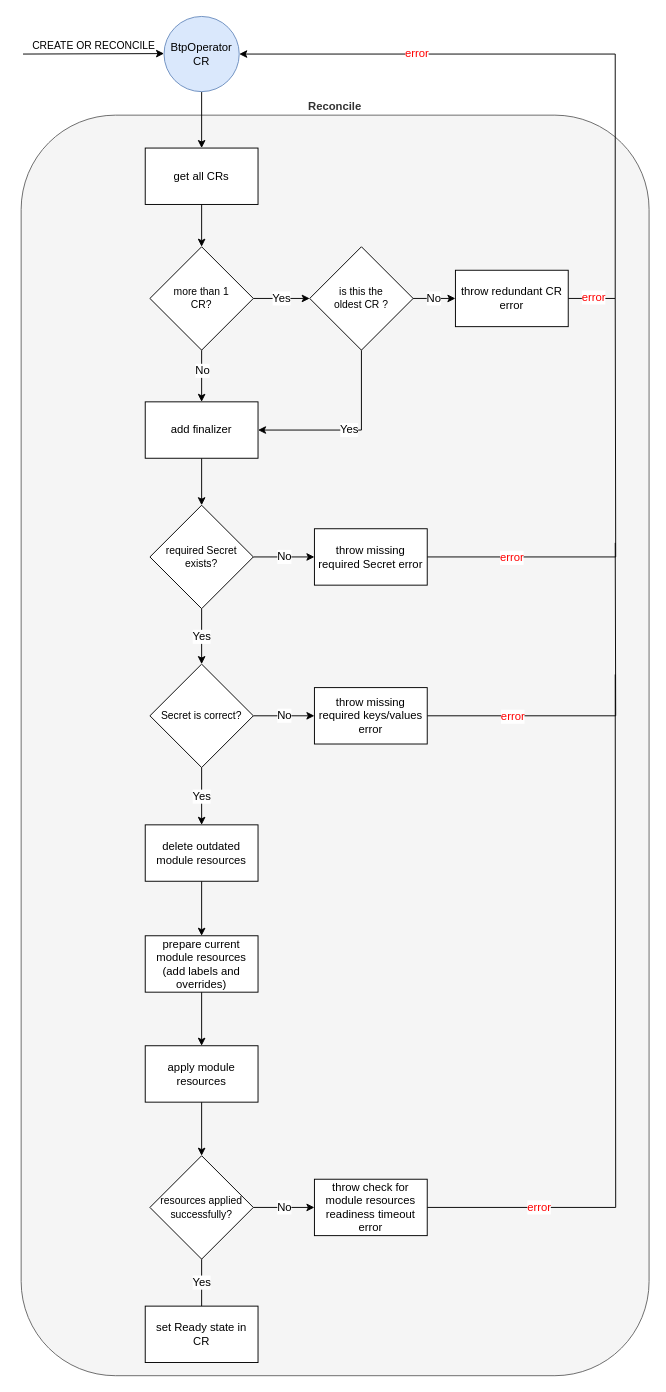
The draw.io diagram docs/assets/activity_provisioning.drawio in kyma-project/btp-manager, before the edit. Source tidied: cells renumbered, new cells numbered last; positions are measured from the earlier drawing's top-left corner, leaving out a move shared by most shapes. Both pictures are drawn from the tidied source at 94%, with x=0, y=0 at pixel (21, 16).
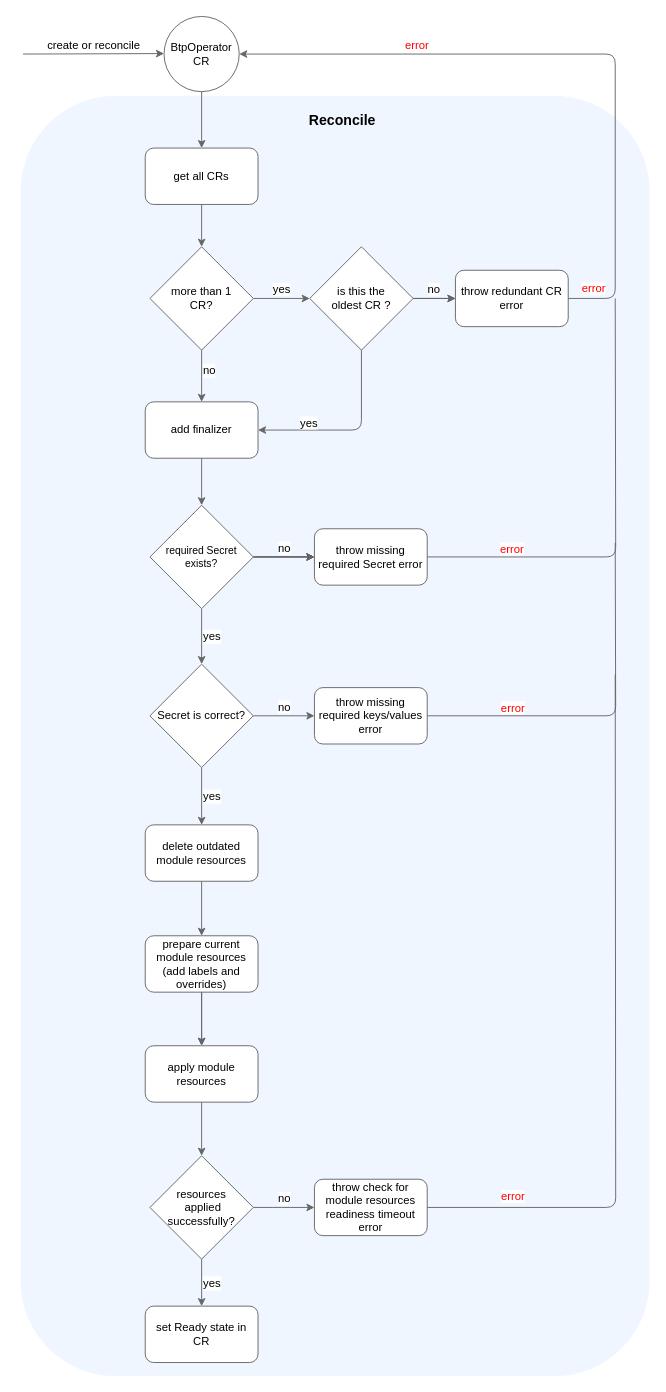
After the change.

Diff of the diagram source:
```diff
@@
-    <mxCell id="2" value="Reconcile" style="rounded=1;whiteSpace=wrap;html=1;fontColor=#333333;fillColor=#f5f5f5;strokeColor=#666666;labelPosition=center;verticalLabelPosition=top;align=center;verticalAlign=bottom;fontStyle=1;" parent="1" vertex="1">
-      <mxGeometry y="105" width="668" height="1341" as="geometry" />
+    <mxCell id="2" style="rounded=1;whiteSpace=wrap;html=1;fontColor=#333333;fillColor=#f0f6ff;strokeColor=#f0f6ff;labelPosition=center;verticalLabelPosition=top;align=center;verticalAlign=bottom;fontStyle=1;fontSize=14;" parent="1" vertex="1">
+      <mxGeometry y="85" width="668" height="1361" as="geometry" />
     </mxCell>
-    <mxCell id="3" style="edgeStyle=orthogonalEdgeStyle;rounded=0;jettySize=auto;html=1;fontSize=12;" parent="1" edge="1" source="4" target="11">
+    <mxCell id="3" style="edgeStyle=orthogonalEdgeStyle;rounded=1;jettySize=auto;html=1;fontSize=12;strokeColor=#666666;" parent="1" edge="1" source="4" target="11">
       <mxGeometry relative="1" as="geometry" />
     </mxCell>
-    <mxCell id="4" value="BtpOperator CR" style="ellipse;whiteSpace=wrap;html=1;align=center;fillColor=#dae8fc;strokeColor=#6c8ebf;" parent="1" vertex="1">
+    <mxCell id="4" value="BtpOperator CR" style="ellipse;whiteSpace=wrap;html=1;align=center;fillColor=#FFFFFF;strokeColor=#666666;" parent="1" vertex="1">
       <mxGeometry x="152" width="80" height="80" as="geometry" />
     </mxCell>
-    <mxCell id="5" value="CREATE OR RECONCILE" style="endArrow=classic;html=1;rounded=0;labelPosition=center;verticalLabelPosition=top;align=center;verticalAlign=bottom;" parent="1" edge="1">
+    <mxCell id="5" value="&lt;font style=&quot;font-size: 12px;&quot;&gt;create or reconcile&lt;/font&gt;" style="endArrow=classic;html=1;rounded=1;labelPosition=center;verticalLabelPosition=top;align=center;verticalAlign=bottom;strokeColor=#666666;" parent="1" edge="1">
       <mxGeometry relative="1" as="geometry">
         <mxPoint x="2" y="40" as="sourcePoint" />
         <mxPoint x="152" y="39.5" as="targetPoint" />
       </mxGeometry>
     </mxCell>
-    <mxCell id="6" style="edgeStyle=orthogonalEdgeStyle;rounded=0;jettySize=auto;html=1;fontSize=12;" parent="1" edge="1" source="9" target="13">
+    <mxCell id="6" style="edgeStyle=orthogonalEdgeStyle;rounded=1;jettySize=auto;html=1;fontSize=12;strokeColor=#666666;" parent="1" edge="1" source="9" target="13">
       <mxGeometry relative="1" as="geometry" />
     </mxCell>
-    <mxCell id="7" value="No" style="edgeLabel;html=1;align=center;verticalAlign=middle;fontSize=12;" parent="6" vertex="1">
+    <mxCell id="7" value="no" style="edgeLabel;html=1;align=left;verticalAlign=middle;fontSize=12;labelPosition=right;verticalLabelPosition=middle;" parent="6" vertex="1">
       <mxGeometry x="-0.25" y="1" relative="1" as="geometry">
         <mxPoint x="-1" as="offset" />
       </mxGeometry>
     </mxCell>
-    <mxCell id="8" value="Yes" style="edgeStyle=orthogonalEdgeStyle;rounded=0;jettySize=auto;html=1;fontSize=12;" parent="1" edge="1" source="9" target="17">
+    <mxCell id="8" value="yes" style="edgeStyle=orthogonalEdgeStyle;rounded=1;jettySize=auto;html=1;fontSize=12;strokeColor=#666666;verticalAlign=bottom;" parent="1" edge="1" source="9" target="17">
       <mxGeometry relative="1" as="geometry" />
     </mxCell>
-    <mxCell id="9" value="more than 1 &lt;br style=&quot;font-size: 11px;&quot;&gt;CR?" style="rhombus;whiteSpace=wrap;html=1;fontSize=11;" parent="1" vertex="1">
+    <mxCell id="9" value="&lt;font style=&quot;font-size: 12px;&quot;&gt;more than 1 &lt;br style=&quot;&quot;&gt;CR?&lt;/font&gt;" style="rhombus;whiteSpace=wrap;html=1;fontSize=11;strokeColor=#666666;" parent="1" vertex="1">
       <mxGeometry x="137" y="245" width="110" height="110" as="geometry" />
     </mxCell>
-    <mxCell id="10" style="edgeStyle=orthogonalEdgeStyle;rounded=0;jettySize=auto;html=1;fontSize=12;" parent="1" edge="1" source="11" target="9">
+    <mxCell id="10" style="edgeStyle=orthogonalEdgeStyle;rounded=1;jettySize=auto;html=1;fontSize=12;strokeColor=#666666;" parent="1" edge="1" source="11" target="9">
       <mxGeometry relative="1" as="geometry" />
     </mxCell>
-    <mxCell id="11" value="get all CRs" style="rounded=0;whiteSpace=wrap;html=1;fontSize=12;" parent="1" vertex="1">
+    <mxCell id="11" value="get all CRs" style="rounded=1;whiteSpace=wrap;html=1;fontSize=12;strokeColor=#666666;" parent="1" vertex="1">
       <mxGeometry x="132" y="140" width="120" height="60" as="geometry" />
     </mxCell>
-    <mxCell id="12" style="edgeStyle=orthogonalEdgeStyle;rounded=0;jettySize=auto;html=1;fontSize=12;fontColor=#FF0000;" parent="1" edge="1" source="13" target="24">
+    <mxCell id="12" style="edgeStyle=orthogonalEdgeStyle;rounded=1;jettySize=auto;html=1;fontSize=12;fontColor=#FF0000;strokeColor=#666666;" parent="1" edge="1" source="13" target="24">
       <mxGeometry relative="1" as="geometry" />
     </mxCell>
-    <mxCell id="13" value="add finalizer" style="whiteSpace=wrap;html=1;" parent="1" vertex="1">
+    <mxCell id="13" value="add finalizer" style="whiteSpace=wrap;html=1;rounded=1;strokeColor=#666666;" parent="1" vertex="1">
       <mxGeometry x="132" y="410" width="120" height="60" as="geometry" />
     </mxCell>
-    <mxCell id="14" value="Yes" style="edgeStyle=orthogonalEdgeStyle;rounded=0;jettySize=auto;html=1;exitX=0.5;exitY=1;exitDx=0;exitDy=0;entryX=1;entryY=0.5;entryDx=0;entryDy=0;fontSize=12;" parent="1" edge="1" source="17" target="13">
-      <mxGeometry relative="1" as="geometry" />
+    <mxCell id="14" value="yes" style="edgeStyle=orthogonalEdgeStyle;rounded=1;jettySize=auto;html=1;exitX=0.5;exitY=1;exitDx=0;exitDy=0;entryX=1;entryY=0.5;entryDx=0;entryDy=0;fontSize=12;strokeColor=#666666;verticalAlign=bottom;" parent="1" edge="1" source="17" target="13">
+      <mxGeometry x="0.45" y="2" relative="1" as="geometry" />
     </mxCell>
-    <mxCell id="15" style="edgeStyle=orthogonalEdgeStyle;rounded=0;jettySize=auto;html=1;fontSize=12;" parent="1" edge="1" source="17" target="21">
+    <mxCell id="15" style="edgeStyle=orthogonalEdgeStyle;rounded=1;jettySize=auto;html=1;fontSize=12;strokeColor=#666666;" parent="1" edge="1" source="17" target="21">
       <mxGeometry relative="1" as="geometry" />
     </mxCell>
-    <mxCell id="16" value="No" style="edgeLabel;html=1;align=center;verticalAlign=middle;fontSize=12;" parent="15" vertex="1">
+    <mxCell id="16" value="no" style="edgeLabel;html=1;align=center;verticalAlign=bottom;fontSize=12;" parent="15" vertex="1">
       <mxGeometry x="-0.07" y="1" relative="1" as="geometry" />
     </mxCell>
-    <mxCell id="17" value="is this the &lt;br style=&quot;font-size: 11px;&quot;&gt;oldest CR ?" style="rhombus;whiteSpace=wrap;html=1;fontSize=11;" parent="1" vertex="1">
+    <mxCell id="17" value="&lt;font style=&quot;font-size: 12px;&quot;&gt;is this the &lt;br style=&quot;&quot;&gt;oldest CR ?&lt;/font&gt;" style="rhombus;whiteSpace=wrap;html=1;fontSize=11;strokeColor=#666666;" parent="1" vertex="1">
       <mxGeometry x="307" y="245" width="110" height="110" as="geometry" />
     </mxCell>
-    <mxCell id="18" style="edgeStyle=orthogonalEdgeStyle;rounded=0;jettySize=auto;html=1;exitX=1;exitY=0.5;exitDx=0;exitDy=0;entryX=1;entryY=0.5;entryDx=0;entryDy=0;fontSize=12;" parent="1" edge="1" source="21" target="4">
+    <mxCell id="18" style="edgeStyle=orthogonalEdgeStyle;rounded=1;jettySize=auto;html=1;exitX=1;exitY=0.5;exitDx=0;exitDy=0;entryX=1;entryY=0.5;entryDx=0;entryDy=0;fontSize=12;strokeColor=#666666;" parent="1" edge="1" source="21" target="4">
       <mxGeometry relative="1" as="geometry">
         <Array as="points">
           <mxPoint x="632" y="300" />
           <mxPoint x="632" y="40" />
         </Array>
       </mxGeometry>
     </mxCell>
-    <mxCell id="19" value="&lt;font color=&quot;#ff0000&quot;&gt;error&lt;/font&gt;" style="edgeLabel;html=1;align=center;verticalAlign=middle;fontSize=12;" parent="18" vertex="1">
+    <mxCell id="19" value="&lt;font color=&quot;#ff0000&quot;&gt;error&lt;/font&gt;" style="edgeLabel;html=1;align=center;verticalAlign=bottom;fontSize=12;" parent="18" vertex="1">
       <mxGeometry x="0.47" y="-1" relative="1" as="geometry" />
     </mxCell>
-    <mxCell id="20" value="&lt;font color=&quot;#ff0000&quot;&gt;error&lt;/font&gt;" style="edgeLabel;html=1;align=center;verticalAlign=middle;fontSize=12;fontColor=#000000;" parent="18" vertex="1">
+    <mxCell id="20" value="&lt;font color=&quot;#ff0000&quot;&gt;error&lt;/font&gt;" style="edgeLabel;html=1;align=center;verticalAlign=bottom;fontSize=12;fontColor=#000000;" parent="18" vertex="1">
       <mxGeometry x="-0.91" y="2" relative="1" as="geometry">
         <mxPoint x="-6" as="offset" />
       </mxGeometry>
     </mxCell>
+    <mxCell id="46" style="edgeStyle=orthogonalEdgeStyle;rounded=1;jettySize=auto;html=1;strokeColor=#666666;" parent="1" edge="1" source="17" target="21">
+      <mxGeometry relative="1" as="geometry" />
+    </mxCell>
-    <mxCell id="21" value="throw redundant CR error" style="whiteSpace=wrap;html=1;" parent="1" vertex="1">
+    <mxCell id="21" value="throw redundant CR error" style="whiteSpace=wrap;html=1;rounded=1;strokeColor=#666666;" parent="1" vertex="1">
       <mxGeometry x="462" y="270" width="120" height="60" as="geometry" />
     </mxCell>
-    <mxCell id="22" value="No" style="edgeStyle=orthogonalEdgeStyle;rounded=0;jettySize=auto;html=1;fontSize=12;fontColor=#000000;endArrow=classic;endFill=1;" parent="1" edge="1" source="24" target="27">
+    <mxCell id="22" value="no" style="edgeStyle=orthogonalEdgeStyle;rounded=0;jettySize=auto;html=1;fontSize=12;fontColor=#000000;endArrow=classic;endFill=1;verticalAlign=bottom;" parent="1" edge="1" source="24" target="27">
       <mxGeometry relative="1" as="geometry" />
     </mxCell>
-    <mxCell id="23" value="Yes" style="edgeStyle=orthogonalEdgeStyle;rounded=0;jettySize=auto;html=1;fontSize=12;fontColor=#000000;endArrow=classic;endFill=1;" parent="1" edge="1" source="24" target="30">
+    <mxCell id="23" value="yes" style="edgeStyle=orthogonalEdgeStyle;rounded=1;jettySize=auto;html=1;fontSize=12;fontColor=#000000;endArrow=classic;endFill=1;strokeColor=#666666;labelPosition=right;verticalLabelPosition=middle;align=left;verticalAlign=middle;" parent="1" edge="1" source="24" target="30">
       <mxGeometry relative="1" as="geometry" />
     </mxCell>
+    <mxCell id="47" style="edgeStyle=orthogonalEdgeStyle;rounded=1;jettySize=auto;html=1;strokeColor=#666666;" parent="1" edge="1" source="24" target="27">
+      <mxGeometry relative="1" as="geometry" />
+    </mxCell>
-    <mxCell id="24" value="required Secret exists?" style="rhombus;whiteSpace=wrap;html=1;fontSize=11;" parent="1" vertex="1">
+    <mxCell id="24" value="required Secret exists?" style="rhombus;whiteSpace=wrap;html=1;fontSize=11;strokeColor=#666666;" parent="1" vertex="1">
       <mxGeometry x="137" y="520" width="110" height="110" as="geometry" />
     </mxCell>
-    <mxCell id="25" style="edgeStyle=orthogonalEdgeStyle;rounded=0;jettySize=auto;html=1;fontSize=12;fontColor=#FF0000;endArrow=none;endFill=0;" parent="1" edge="1" source="27">
+    <mxCell id="25" style="edgeStyle=orthogonalEdgeStyle;rounded=1;jettySize=auto;html=1;fontSize=12;fontColor=#FF0000;endArrow=none;endFill=0;strokeColor=#666666;" parent="1" edge="1" source="27">
       <mxGeometry relative="1" as="geometry">
         <mxPoint x="632" y="300" as="targetPoint" />
       </mxGeometry>
     </mxCell>
-    <mxCell id="26" value="error" style="edgeLabel;html=1;align=center;verticalAlign=middle;fontSize=12;fontColor=#FF0000;" parent="25" vertex="1">
+    <mxCell id="26" value="error" style="edgeLabel;html=1;align=center;verticalAlign=bottom;fontSize=12;fontColor=#FF0000;" parent="25" vertex="1">
       <mxGeometry x="-0.59" y="2" relative="1" as="geometry">
         <mxPoint x="-8" y="2" as="offset" />
       </mxGeometry>
     </mxCell>
-    <mxCell id="27" value="throw missing required Secret error" style="whiteSpace=wrap;html=1;" parent="1" vertex="1">
+    <mxCell id="27" value="throw missing required Secret error" style="whiteSpace=wrap;html=1;rounded=1;strokeColor=#666666;" parent="1" vertex="1">
       <mxGeometry x="312" y="545" width="120" height="60" as="geometry" />
     </mxCell>
-    <mxCell id="28" value="No" style="edgeStyle=orthogonalEdgeStyle;rounded=0;jettySize=auto;html=1;fontSize=12;fontColor=#000000;endArrow=classic;endFill=1;" parent="1" edge="1" source="30" target="33">
+    <mxCell id="28" value="no" style="edgeStyle=orthogonalEdgeStyle;rounded=1;jettySize=auto;html=1;fontSize=12;fontColor=#000000;endArrow=classic;endFill=1;strokeColor=#666666;verticalAlign=bottom;" parent="1" edge="1" source="30" target="33">
       <mxGeometry relative="1" as="geometry" />
     </mxCell>
-    <mxCell id="29" value="Yes" style="edgeStyle=orthogonalEdgeStyle;rounded=0;jettySize=auto;html=1;fontSize=12;fontColor=#000000;endArrow=classic;endFill=1;" parent="1" edge="1" source="30" target="35">
+    <mxCell id="29" value="yes" style="edgeStyle=orthogonalEdgeStyle;rounded=1;jettySize=auto;html=1;fontSize=12;fontColor=#000000;endArrow=classic;endFill=1;strokeColor=#666666;labelPosition=right;verticalLabelPosition=middle;align=left;verticalAlign=middle;" parent="1" edge="1" source="30" target="35">
       <mxGeometry relative="1" as="geometry" />
     </mxCell>
-    <mxCell id="30" value="Secret is correct?" style="rhombus;whiteSpace=wrap;html=1;fontSize=11;" parent="1" vertex="1">
+    <mxCell id="30" value="&lt;font style=&quot;font-size: 12px;&quot;&gt;Secret is correct?&lt;/font&gt;" style="rhombus;whiteSpace=wrap;html=1;fontSize=11;strokeColor=#666666;" parent="1" vertex="1">
       <mxGeometry x="137" y="689" width="110" height="110" as="geometry" />
     </mxCell>
-    <mxCell id="31" style="edgeStyle=orthogonalEdgeStyle;rounded=0;jettySize=auto;html=1;fontSize=12;fontColor=#000000;endArrow=none;endFill=0;" parent="1" edge="1" source="33">
+    <mxCell id="31" style="edgeStyle=orthogonalEdgeStyle;rounded=1;jettySize=auto;html=1;fontSize=12;fontColor=#000000;endArrow=none;endFill=0;strokeColor=#666666;" parent="1" edge="1" source="33">
       <mxGeometry relative="1" as="geometry">
         <mxPoint x="632" y="560" as="targetPoint" />
       </mxGeometry>
     </mxCell>
-    <mxCell id="32" value="error" style="edgeLabel;html=1;align=center;verticalAlign=middle;fontSize=12;fontColor=#FF0000;" parent="31" vertex="1">
+    <mxCell id="32" value="error" style="edgeLabel;html=1;align=center;verticalAlign=bottom;fontSize=12;fontColor=#FF0000;" parent="31" vertex="1">
       <mxGeometry x="-0.45" y="1" relative="1" as="geometry">
         <mxPoint x="-16" y="1" as="offset" />
       </mxGeometry>
     </mxCell>
-    <mxCell id="33" value="throw missing required keys/values error" style="whiteSpace=wrap;html=1;" parent="1" vertex="1">
+    <mxCell id="33" value="throw missing required keys/values error" style="whiteSpace=wrap;html=1;rounded=1;strokeColor=#666666;" parent="1" vertex="1">
       <mxGeometry x="312" y="714" width="120" height="60" as="geometry" />
     </mxCell>
-    <mxCell id="34" style="edgeStyle=orthogonalEdgeStyle;rounded=0;jettySize=auto;html=1;fontSize=12;fontColor=#000000;endArrow=classic;endFill=1;" parent="1" edge="1" source="35" target="37">
+    <mxCell id="34" style="edgeStyle=orthogonalEdgeStyle;rounded=1;jettySize=auto;html=1;fontSize=12;fontColor=#000000;endArrow=classic;endFill=1;strokeColor=#666666;" parent="1" edge="1" source="35" target="37">
       <mxGeometry relative="1" as="geometry" />
     </mxCell>
-    <mxCell id="35" value="delete outdated module resources" style="whiteSpace=wrap;html=1;" parent="1" vertex="1">
+    <mxCell id="35" value="delete outdated module resources" style="whiteSpace=wrap;html=1;rounded=1;strokeColor=#666666;" parent="1" vertex="1">
       <mxGeometry x="132" y="860" width="120" height="60" as="geometry" />
     </mxCell>
-    <mxCell id="36" style="edgeStyle=orthogonalEdgeStyle;rounded=0;jettySize=auto;html=1;" parent="1" edge="1" source="37" target="45">
+    <mxCell id="36" style="edgeStyle=orthogonalEdgeStyle;rounded=1;jettySize=auto;html=1;strokeColor=#666666;" parent="1" edge="1" source="37" target="45">
       <mxGeometry relative="1" as="geometry" />
     </mxCell>
-    <mxCell id="37" value="prepare current module resources (add labels and overrides)" style="whiteSpace=wrap;html=1;" parent="1" vertex="1">
+    <mxCell id="37" value="prepare current module resources (add labels and overrides)" style="whiteSpace=wrap;html=1;rounded=1;strokeColor=#666666;" parent="1" vertex="1">
       <mxGeometry x="132" y="978" width="120" height="60" as="geometry" />
     </mxCell>
-    <mxCell id="38" value="No" style="edgeStyle=orthogonalEdgeStyle;rounded=0;jettySize=auto;html=1;fontSize=12;fontColor=#000000;endArrow=classic;endFill=1;" parent="1" edge="1" source="40" target="42">
-      <mxGeometry relative="1" as="geometry" />
+    <mxCell id="38" value="&lt;font style=&quot;font-size: 12px;&quot;&gt;no&lt;/font&gt;" style="edgeStyle=orthogonalEdgeStyle;rounded=1;jettySize=auto;html=1;fontSize=12;fontColor=#000000;endArrow=classic;endFill=1;strokeColor=#666666;verticalAlign=bottom;labelPosition=center;verticalLabelPosition=middle;align=center;" parent="1" edge="1" source="40" target="42">
+      <mxGeometry relative="1" as="geometry">
+        <Array as="points">
+          <mxPoint x="277" y="1267" />
+          <mxPoint x="277" y="1267" />
+        </Array>
+      </mxGeometry>
     </mxCell>
-    <mxCell id="39" value="Yes" style="edgeStyle=orthogonalEdgeStyle;rounded=0;jettySize=auto;html=1;fontSize=12;fontColor=#000000;endArrow=none;endFill=0;" parent="1" edge="1" source="40" target="43">
+    <mxCell id="39" style="edgeStyle=orthogonalEdgeStyle;rounded=1;jettySize=auto;html=1;strokeColor=#666666;fontSize=12;" parent="1" edge="1" source="40" target="43">
       <mxGeometry relative="1" as="geometry" />
     </mxCell>
+    <mxCell id="48" value="&lt;font style=&quot;font-size: 12px;&quot;&gt;yes&lt;/font&gt;" style="edgeLabel;html=1;align=left;verticalAlign=middle;labelPosition=right;verticalLabelPosition=middle;" parent="39" vertex="1">
+      <mxGeometry x="-0.02" relative="1" as="geometry" />
+    </mxCell>
-    <mxCell id="40" value="&lt;font style=&quot;font-size: 11px;&quot;&gt;resources applied successfully?&lt;/font&gt;" style="rhombus;whiteSpace=wrap;html=1;" parent="1" vertex="1">
+    <mxCell id="40" value="&lt;font style=&quot;font-size: 12px;&quot;&gt;resources&lt;br&gt;&amp;nbsp;applied successfully?&lt;/font&gt;" style="rhombus;whiteSpace=wrap;html=1;strokeColor=#666666;labelPosition=center;verticalLabelPosition=middle;align=center;verticalAlign=middle;" parent="1" vertex="1">
       <mxGeometry x="137" y="1212" width="110" height="110" as="geometry" />
     </mxCell>
-    <mxCell id="41" value="error" style="edgeStyle=orthogonalEdgeStyle;rounded=0;jettySize=auto;html=1;fontSize=12;fontColor=#FF0000;endArrow=none;endFill=0;labelBackgroundColor=default;" parent="1" edge="1" source="42">
-      <mxGeometry x="-0.69" relative="1" as="geometry">
+    <mxCell id="41" value="error" style="edgeStyle=orthogonalEdgeStyle;rounded=1;jettySize=auto;html=1;fontSize=12;fontColor=#FF0000;endArrow=none;endFill=0;labelBackgroundColor=default;strokeColor=#666666;verticalAlign=bottom;labelPosition=right;verticalLabelPosition=middle;align=left;" parent="1" edge="1" source="42">
+      <mxGeometry x="-0.8" y="2" relative="1" as="geometry">
         <mxPoint x="632" y="700" as="targetPoint" />
       </mxGeometry>
     </mxCell>
-    <mxCell id="42" value="throw check for module resources readiness timeout error" style="whiteSpace=wrap;html=1;" parent="1" vertex="1">
+    <mxCell id="42" value="throw check for module resources readiness timeout error" style="whiteSpace=wrap;html=1;rounded=1;strokeColor=#666666;" parent="1" vertex="1">
       <mxGeometry x="312" y="1237" width="120" height="60" as="geometry" />
     </mxCell>
-    <mxCell id="43" value="set Ready state in&lt;br&gt;CR" style="whiteSpace=wrap;html=1;" parent="1" vertex="1">
+    <mxCell id="43" value="set Ready state in&lt;br&gt;CR" style="whiteSpace=wrap;html=1;rounded=1;strokeColor=#666666;" parent="1" vertex="1">
       <mxGeometry x="132" y="1372" width="120" height="60" as="geometry" />
     </mxCell>
-    <mxCell id="44" style="edgeStyle=orthogonalEdgeStyle;rounded=0;jettySize=auto;html=1;exitX=0.5;exitY=1;exitDx=0;exitDy=0;entryX=0.5;entryY=0;entryDx=0;entryDy=0;" parent="1" edge="1" source="45" target="40">
+    <mxCell id="44" style="edgeStyle=orthogonalEdgeStyle;rounded=1;jettySize=auto;html=1;exitX=0.5;exitY=1;exitDx=0;exitDy=0;entryX=0.5;entryY=0;entryDx=0;entryDy=0;strokeColor=#666666;" parent="1" edge="1" source="45" target="40">
       <mxGeometry relative="1" as="geometry" />
     </mxCell>
-    <mxCell id="45" value="apply module resources" style="whiteSpace=wrap;html=1;" parent="1" vertex="1">
+    <mxCell id="45" value="apply module resources" style="whiteSpace=wrap;html=1;rounded=1;strokeColor=#666666;" parent="1" vertex="1">
       <mxGeometry x="132" y="1095" width="120" height="60" as="geometry" />
     </mxCell>
+    <mxCell id="49" style="edgeStyle=orthogonalEdgeStyle;rounded=1;orthogonalLoop=1;jettySize=auto;html=1;strokeColor=#666666;" parent="1" edge="1">
+      <mxGeometry relative="1" as="geometry">
+        <mxPoint x="192" y="1038" as="sourcePoint" />
+        <mxPoint x="192" y="1095" as="targetPoint" />
+      </mxGeometry>
+    </mxCell>
+    <mxCell id="50" value="&lt;font style=&quot;font-size: 15px;&quot;&gt;&lt;b&gt;Reconcile&lt;/b&gt;&lt;/font&gt;" style="text;html=1;strokeColor=none;fillColor=none;align=center;verticalAlign=middle;whiteSpace=wrap;rounded=0;" parent="1" vertex="1">
+      <mxGeometry x="312" y="95" width="60" height="30" as="geometry" />
+    </mxCell>
```
